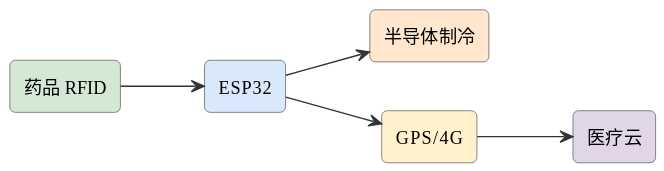
Before: assets/diagrams/ideas-fig55.svg, a diagram exported from PlantUML (mingyi0818/IntelligentMcuCourse).
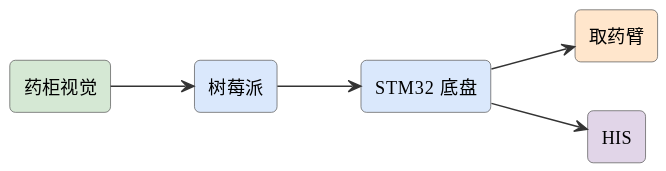
The same file after the commit.

Diff of the diagram source:
```diff
@@ -6,13 +6,13 @@
 skinparam arrowFontSize 11
 skinparam arrowColor #333
 left to right direction
-rectangle "药品 RFID" as rfid #d5e8d4
-rectangle "ESP32" as esp #dae8fc
-rectangle "半导体制冷" as cool #ffe6cc
-rectangle "GPS/4G" as gps #fff2cc
-rectangle "医疗云" as cloud #e1d5e8
-rfid --> esp
-esp --> cool
-esp --> gps
-gps --> cloud
+rectangle "药柜视觉" as cam #d5e8d4
+rectangle "树莓派" as pi #dae8fc
+rectangle "STM32 底盘" as stm #dae8fc
+rectangle "取药臂" as arm #ffe6cc
+rectangle "HIS" as his #e1d5e8
+cam --> pi
+pi --> stm
+stm --> arm
+stm --> his
 @enduml
```
